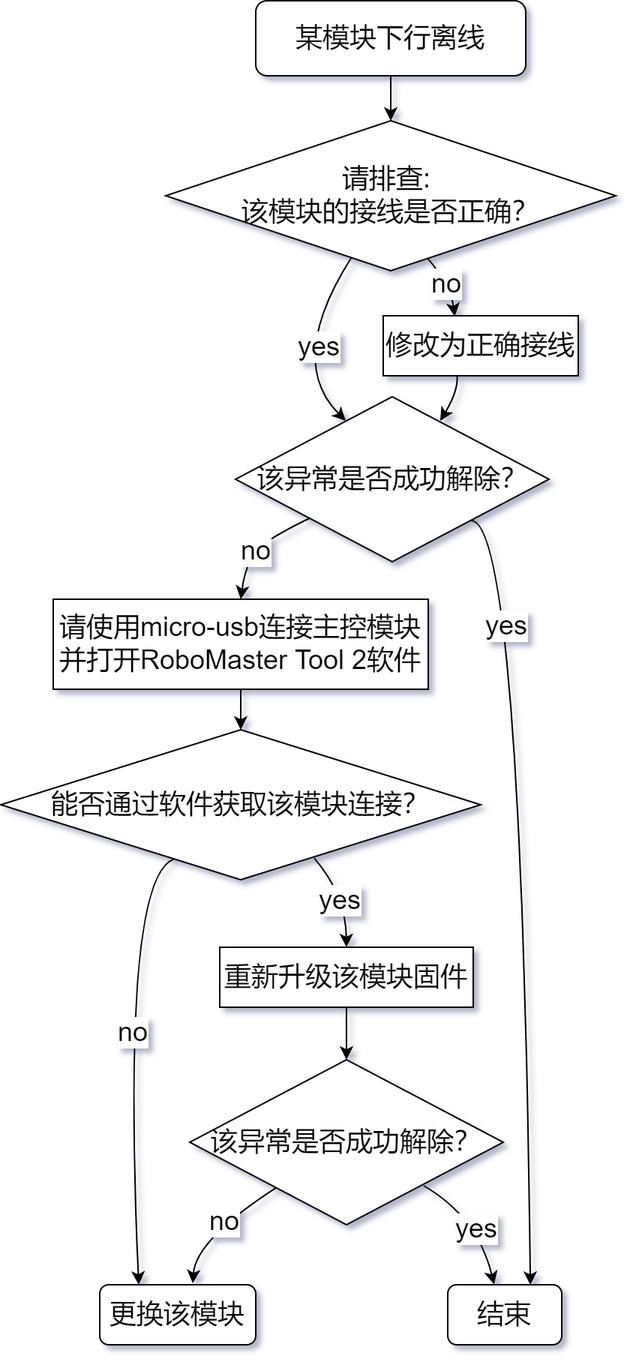
RoboMaster/RefereeSystem_Help keeps this draw.io diagram as docs/s1/A20.png. Above is the earlier version. Source tidied: cells renumbered, new cells last; positions are measured from the earlier drawing's top-left corner, leaving out a move shared by most shapes.
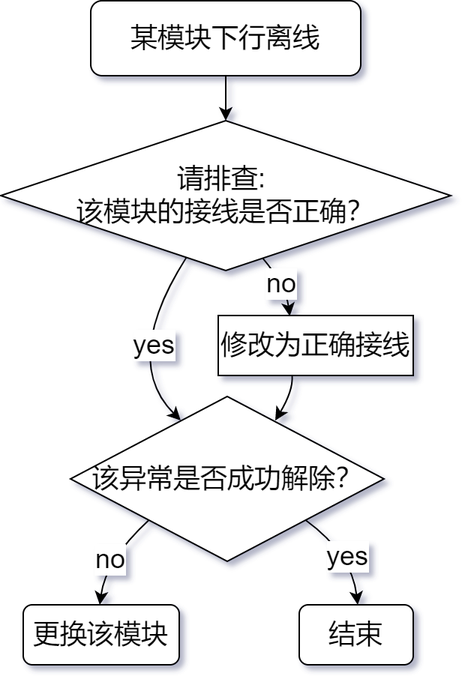
Later version of the same file.

What changed in the source:
```diff
@@ -11,11 +11,6 @@
     <mxCell id="4" value="请排查:&amp;nbsp;&lt;br&gt;该模块的接线是否正确？" style="rhombus;whiteSpace=wrap;html=1;fontSize=18;" parent="1" vertex="1">
       <mxGeometry x="110" y="80" width="300" height="100" as="geometry" />
     </mxCell>
-    <mxCell id="5" style="edgeStyle=orthogonalEdgeStyle;rounded=0;jettySize=auto;html=1;fontSize=18;" parent="1" edge="1" target="12">
-      <mxGeometry relative="1" as="geometry">
-        <mxPoint x="160" y="456" as="sourcePoint" />
-      </mxGeometry>
-    </mxCell>
     <mxCell id="6" style="curved=1;endArrow=classic;html=1;rounded=0;fontSize=18;" parent="1" edge="1" source="4">
       <mxGeometry relative="1" as="geometry">
         <mxPoint x="230" y="280" as="targetPoint" />
@@ -52,95 +47,33 @@
         </Array>
       </mxGeometry>
     </mxCell>
-    <mxCell id="12" value="能否通过软件获取该模块连接？" style="rhombus;whiteSpace=wrap;html=1;fontSize=18;" parent="1" vertex="1">
-      <mxGeometry y="486" width="320" height="100" as="geometry" />
-    </mxCell>
-    <mxCell id="13" style="edgeStyle=orthogonalEdgeStyle;rounded=0;jettySize=auto;html=1;fontSize=18;" parent="1" edge="1" source="14" target="17">
-      <mxGeometry relative="1" as="geometry" />
-    </mxCell>
-    <mxCell id="14" value="重新升级该模块固件" style="rounded=0;whiteSpace=wrap;html=1;fontSize=18;" parent="1" vertex="1">
-      <mxGeometry x="146" y="631" width="169" height="40" as="geometry" />
-    </mxCell>
-    <mxCell id="15" style="curved=1;endArrow=classic;html=1;rounded=0;fontSize=18;exitX=0.653;exitY=0.856;exitDx=0;exitDy=0;exitPerimeter=0;entryX=0.5;entryY=0;entryDx=0;entryDy=0;" parent="1" edge="1" source="12" target="14">
-      <mxGeometry relative="1" as="geometry">
-        <Array as="points">
-          <mxPoint x="230" y="596" />
-        </Array>
-      </mxGeometry>
-    </mxCell>
-    <mxCell id="16" value="yes" style="edgeLabel;html=1;align=center;verticalAlign=middle;fontSize=18;" parent="15" vertex="1">
-      <mxGeometry x="0.19" y="-4" relative="1" as="geometry">
-        <mxPoint y="-4" as="offset" />
-      </mxGeometry>
-    </mxCell>
-    <mxCell id="17" value="该异常是否成功解除？" style="rhombus;whiteSpace=wrap;html=1;fontSize=18;" parent="1" vertex="1">
-      <mxGeometry x="126" y="706" width="209" height="110" as="geometry" />
-    </mxCell>
     <mxCell id="18" value="更换该模块" style="rounded=1;whiteSpace=wrap;html=1;fontSize=18;" parent="1" vertex="1">
-      <mxGeometry x="66" y="856" width="104" height="40" as="geometry" />
+      <mxGeometry x="125" y="403" width="104" height="40" as="geometry" />
     </mxCell>
     <mxCell id="19" value="结束" style="rounded=1;whiteSpace=wrap;html=1;fontSize=18;" parent="1" vertex="1">
-      <mxGeometry x="298" y="856" width="76" height="40" as="geometry" />
+      <mxGeometry x="309" y="403" width="76" height="40" as="geometry" />
     </mxCell>
-    <mxCell id="20" style="curved=1;endArrow=classic;html=1;rounded=0;fontSize=18;exitX=0.36;exitY=0.863;exitDx=0;exitDy=0;exitPerimeter=0;entryX=0.25;entryY=0;entryDx=0;entryDy=0;" parent="1" edge="1" source="12" target="18">
-      <mxGeometry relative="1" as="geometry">
-        <Array as="points">
-          <mxPoint x="80" y="586" />
-        </Array>
-      </mxGeometry>
-    </mxCell>
-    <mxCell id="21" value="no" style="edgeLabel;html=1;align=center;verticalAlign=middle;fontSize=18;" parent="20" vertex="1">
-      <mxGeometry x="-0.1" y="3" relative="1" as="geometry" />
-    </mxCell>
-    <mxCell id="22" style="curved=1;endArrow=classic;html=1;rounded=0;fontSize=18;" parent="1" edge="1" source="17">
-      <mxGeometry relative="1" as="geometry">
-        <mxPoint x="128" y="855" as="targetPoint" />
-        <Array as="points">
-          <mxPoint x="130" y="826" />
-        </Array>
-      </mxGeometry>
-    </mxCell>
-    <mxCell id="23" value="no" style="edgeLabel;html=1;align=center;verticalAlign=middle;fontSize=18;" parent="22" vertex="1">
-      <mxGeometry x="0.19" y="-4" relative="1" as="geometry">
-        <mxPoint x="14" y="-4" as="offset" />
-      </mxGeometry>
-    </mxCell>
-    <mxCell id="24" value="请使用micro-usb连接主控模块并打开RoboMaster Tool 2软件" style="rounded=0;whiteSpace=wrap;html=1;fontSize=18;" parent="1" vertex="1">
-      <mxGeometry x="35" y="399" width="250" height="60" as="geometry" />
-    </mxCell>
     <mxCell id="25" value="该异常是否成功解除？" style="rhombus;whiteSpace=wrap;html=1;fontSize=18;" parent="1" vertex="1">
       <mxGeometry x="156.5" y="264" width="209" height="110" as="geometry" />
     </mxCell>
-    <mxCell id="26" style="curved=1;endArrow=classic;html=1;rounded=0;entryX=0.5;entryY=0;entryDx=0;entryDy=0;" parent="1" edge="1" source="25" target="24">
+    <mxCell id="26" style="curved=1;endArrow=classic;html=1;rounded=0;entryX=0.5;entryY=0;entryDx=0;entryDy=0;exitX=0;exitY=1;exitDx=0;exitDy=0;" parent="1" edge="1" source="25">
       <mxGeometry relative="1" as="geometry">
+        <mxPoint x="176" y="403" as="targetPoint" />
         <Array as="points">
-          <mxPoint x="191" y="352" />
-          <mxPoint x="164" y="369" />
+          <mxPoint x="180" y="373" />
         </Array>
       </mxGeometry>
     </mxCell>
     <mxCell id="27" value="&lt;font style=&quot;font-size: 18px;&quot;&gt;no&lt;/font&gt;" style="edgeLabel;html=1;align=center;verticalAlign=middle;" parent="26" vertex="1">
       <mxGeometry x="0.03" y="-2" relative="1" as="geometry">
-        <mxPoint y="3" as="offset" />
+        <mxPoint x="2" y="3" as="offset" />
       </mxGeometry>
     </mxCell>
-    <mxCell id="28" style="curved=1;endArrow=classic;html=1;rounded=0;fontSize=18;exitX=1;exitY=1;exitDx=0;exitDy=0;entryX=0.725;entryY=0.003;entryDx=0;entryDy=0;entryPerimeter=0;" parent="1" edge="1" source="25" target="19">
-      <mxGeometry relative="1" as="geometry">
-        <Array as="points">
-          <mxPoint x="347" y="345" />
-        </Array>
-      </mxGeometry>
-    </mxCell>
-    <mxCell id="29" value="yes" style="edgeLabel;html=1;align=center;verticalAlign=middle;fontSize=18;" parent="28" vertex="1">
-      <mxGeometry x="0.19" y="-4" relative="1" as="geometry">
-        <mxPoint x="-10" y="-219" as="offset" />
-      </mxGeometry>
-    </mxCell>
-    <mxCell id="30" style="curved=1;endArrow=classic;html=1;rounded=0;fontSize=18;exitX=0.653;exitY=0.856;exitDx=0;exitDy=0;exitPerimeter=0;entryX=0.407;entryY=-0.004;entryDx=0;entryDy=0;entryPerimeter=0;" parent="1" edge="1" target="19">
+    <mxCell id="30" style="curved=1;endArrow=classic;html=1;rounded=0;fontSize=18;exitX=1;exitY=1;exitDx=0;exitDy=0;" parent="1" edge="1" source="25">
       <mxGeometry relative="1" as="geometry">
-        <mxPoint x="282" y="790" as="sourcePoint" />
+        <mxPoint x="348" y="403" as="targetPoint" />
         <Array as="points">
-          <mxPoint x="318" y="811" />
+          <mxPoint x="344" y="369" />
         </Array>
       </mxGeometry>
     </mxCell>
```
